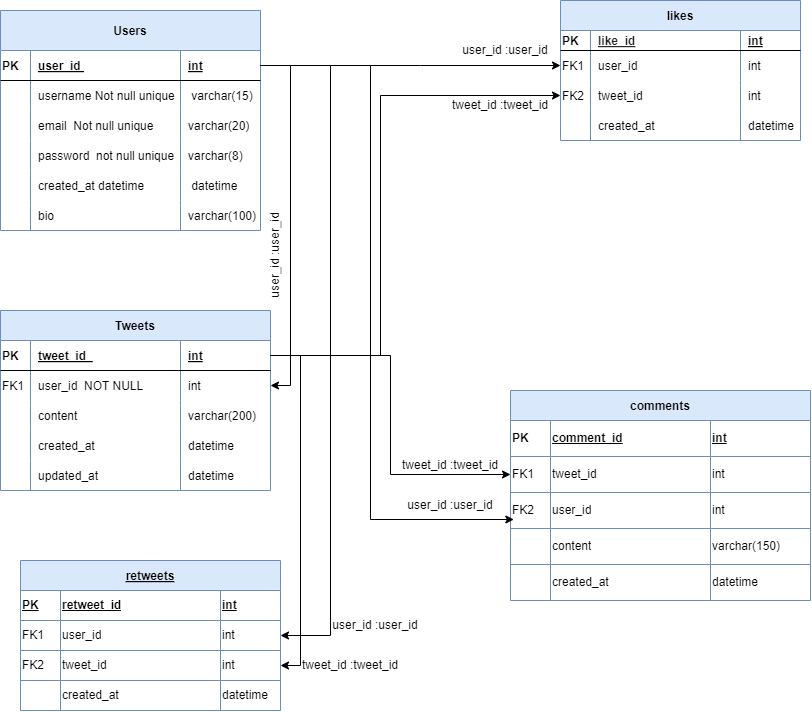
Earlier version of the draw.io export schemaDatabase-twitter.png (SaraM-AlOsaimi/Java-Bootcamp--Day-30--Lab-9). Source tidied: cells renumbered, new cells last; positions are measured from the earlier drawing's top-left corner, leaving out a move shared by most shapes.
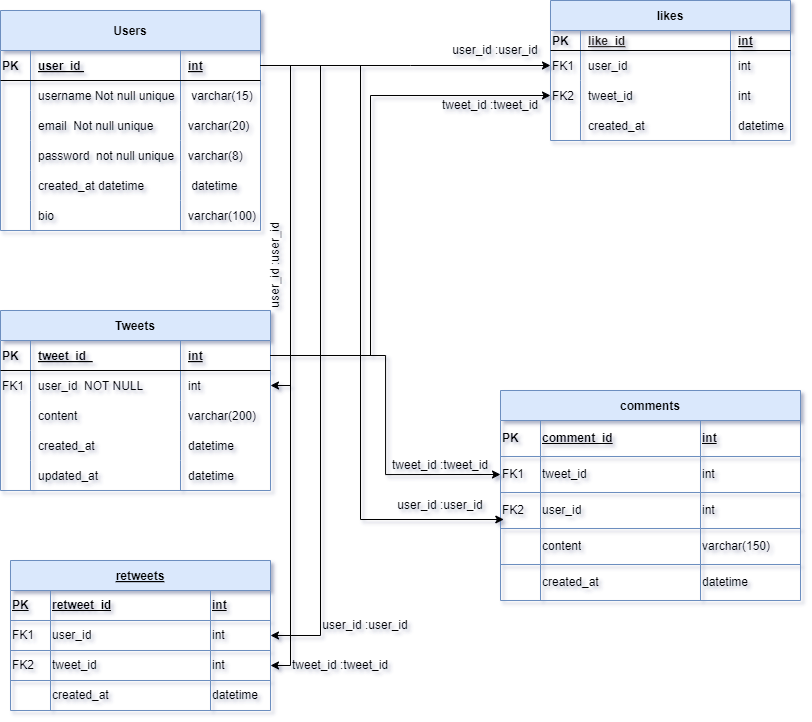
The same diagram one commit later.

Diff of the diagram source:
```diff
@@ -1,4 +1,4 @@
-<mxGraphModel>
+<mxGraphModel background="#ffffff" shadow="1">
   <root>
     <mxCell id="0" />
     <mxCell id="1" parent="0" />
@@ -54,7 +54,7 @@
       <mxGeometry x="180" width="60" height="30" as="geometry" />
     </mxCell>
     <mxCell id="19" value="Tweets" style="shape=table;startSize=30;rowLines=0;fontStyle=1;align=center;fillColor=#dae8fc;strokeColor=#6c8ebf;gradientColor=none;" parent="1" vertex="1">
-      <mxGeometry y="310" width="270" height="180" as="geometry" />
+      <mxGeometry x="10" y="310" width="270" height="180" as="geometry" />
     </mxCell>
     <mxCell id="20" style="shape=partialRectangle;fillColor=none;points=[[0,0.5],[1,0.5]];portConstraint=eastwest;top=0;left=0;right=0;bottom=1;align=left;" parent="19" vertex="1">
       <mxGeometry y="30" width="270" height="30" as="geometry" />
@@ -117,7 +117,7 @@
       <mxGeometry x="180" width="90" height="30" as="geometry" />
     </mxCell>
     <mxCell id="40" value="Users" style="shape=table;startSize=40;rowLines=0;fontStyle=1;align=center;fillColor=#dae8fc;strokeColor=#6c8ebf;" parent="1" vertex="1">
-      <mxGeometry y="10" width="260" height="220" as="geometry" />
+      <mxGeometry x="10" y="10" width="260" height="220" as="geometry" />
     </mxCell>
     <mxCell id="41" style="shape=partialRectangle;fillColor=none;points=[[0,0.5],[1,0.5]];portConstraint=eastwest;top=0;left=0;right=0;bottom=1;align=left;" parent="40" vertex="1">
       <mxGeometry y="40" width="260" height="30" as="geometry" />
@@ -309,7 +309,7 @@
       <mxGeometry relative="1" as="geometry" />
     </mxCell>
     <mxCell id="104" value="user_id :user_id" style="text;strokeColor=none;align=center;fillColor=none;html=1;verticalAlign=middle;whiteSpace=wrap;rounded=0;rotation=-90;" parent="1" vertex="1">
-      <mxGeometry x="220" y="240" width="110" height="30" as="geometry" />
+      <mxGeometry x="230" y="250" width="110" height="30" as="geometry" />
     </mxCell>
     <mxCell id="105" style="edgeStyle=orthogonalEdgeStyle;rounded=0;jettySize=auto;html=1;exitX=1;exitY=0.5;exitDx=0;exitDy=0;" parent="1" edge="1" source="20" target="95">
       <mxGeometry relative="1" as="geometry">
```
